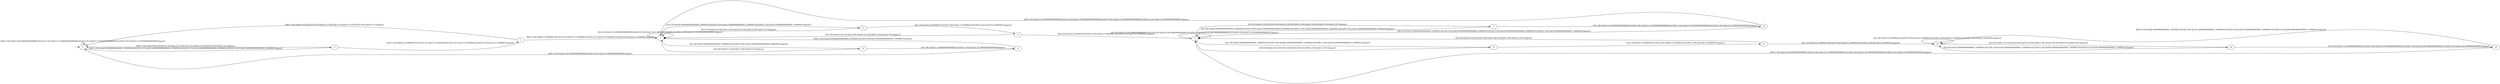
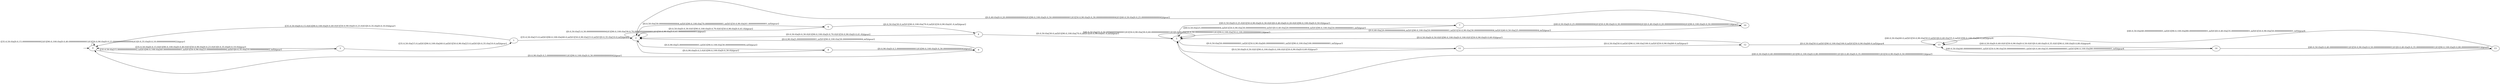
digraph learnedGearShift{
 rankdir=LR;
0[label=0]
XX0 [color=white, label=""]1[label=1]
2[label=2]
3[label=3]
4[label=4]
5[label=5]
6[label=6]
7[label=7]
8[label=8]
9[label=9]
10[label=10]
11[label=11]
12[label=12]
13[label=13]
14[label=14]
15[label=15]
XX0 -> 0
- 0 -> 0 [label="([90.0,100.0)x[0.0,40.00000000000001))U([35.0,50.0)x[0.0,15.000000000000002))U([0.0,35.0)x[0.0,10.000000000000002))U([50.0,90.0)x[0.0,23.000000000000004))/gear1"]
- 0 -> 3 [label="([90.0,100.0)x[40.00000000000001,1000000.0))U([35.0,50.0)x[15.000000000000002,1000000.0))U([0.0,35.0)x[10.000000000000002,1000000.0))U([50.0,90.0)x[23.000000000000004,1000000.0))/gear1"]
- 1 -> 2 [label="([90.0,100.0)x[40.0,1000000.0))U([35.0,50.0)x[15.0,1000000.0))U([0.0,35.0)x[10.0,1000000.0))U([50.0,90.0)x[23.0,1000000.0))/gear2"]
- 1 -> 0 [label="([90.0,100.0)x[0.0,40.0))U([35.0,50.0)x[0.0,15.0))U([0.0,35.0)x[0.0,10.0))U([50.0,90.0)x[0.0,23.0))/gear1"]
+ 0 -> 3 [label="([35.0,50.0)x[15.000000000000002,inf))U([90.0,100.0)x[40.00000000000001,inf))U([50.0,90.0)x[23.000000000000004,inf))U([0.0,35.0)x[10.000000000000002,inf))/gear1"]
+ 0 -> 0 [label="([35.0,50.0)x[0.0,15.000000000000002))U([90.0,100.0)x[0.0,40.00000000000001))U([50.0,90.0)x[0.0,23.000000000000004))U([0.0,35.0)x[0.0,10.000000000000002))/gear1"]
+ 1 -> 0 [label="([35.0,50.0)x[0.0,15.0))U([90.0,100.0)x[0.0,40.0))U([50.0,90.0)x[0.0,23.0))U([0.0,35.0)x[0.0,10.0))/gear1"]
+ 1 -> 2 [label="([35.0,50.0)x[15.0,inf))U([90.0,100.0)x[40.0,inf))U([50.0,90.0)x[23.0,inf))U([0.0,35.0)x[10.0,inf))/gear2"]
+ 2 -> 2 [label="([0.0,50.0)x[5.0,30.000000000000004))U([90.0,100.0)x[30.0,70.00000000000001))U([50.0,90.0)x[5.0,41.00000000000001))/gear2"]
2 -> 8 [label="([0.0,90.0)x[0.0,5.0))U([90.0,100.0)x[0.0,30.0))/gear2"]
- 2 -> 6 [label="([0.0,50.0)x[30.000000000000004,1000000.0))U([50.0,90.0)x[41.00000000000001,1000000.0))U([90.0,100.0)x[70.00000000000001,1000000.0))/gear2"]
- 2 -> 2 [label="([0.0,50.0)x[5.0,30.000000000000004))U([50.0,90.0)x[5.0,41.00000000000001))U([90.0,100.0)x[30.0,70.00000000000001))/gear2"]
- 3 -> 1 [label="([90.0,100.0)x[40.0,1000000.0))U([35.0,50.0)x[15.0,1000000.0))U([0.0,35.0)x[10.0,1000000.0))U([50.0,90.0)x[23.0,1000000.0))/gear1"]
- 3 -> 0 [label="([90.0,100.0)x[0.0,40.0))U([35.0,50.0)x[0.0,15.0))U([0.0,35.0)x[0.0,10.0))U([50.0,90.0)x[0.0,23.0))/gear1"]
- 4 -> 2 [label="([0.0,50.0)x[0.0,30.0))U([50.0,90.0)x[0.0,41.0))U([90.0,100.0)x[0.0,70.0))/gear2"]
- 4 -> 5 [label="([0.0,50.0)x[30.0,1000000.0))U([50.0,90.0)x[41.0,1000000.0))U([90.0,100.0)x[70.0,1000000.0))/gear3"]
- 5 -> 5 [label="([0.0,40.0)x[20.0,50.00000000000001))U([50.0,90.0)x[30.0,60.00000000000001))U([90.0,100.0)x[50.0,100.00000000000001))U([40.0,50.0)x[25.0,50.00000000000001))/gear3"]
- 5 -> 11 [label="([0.0,50.0)x[50.00000000000001,1000000.0))U([50.0,90.0)x[60.00000000000001,1000000.0))U([90.0,100.0)x[100.00000000000001,1000000.0))/gear3"]
- 5 -> 7 [label="([0.0,40.0)x[0.0,20.0))U([50.0,90.0)x[0.0,30.0))U([90.0,100.0)x[0.0,50.0))U([40.0,50.0)x[0.0,25.0))/gear3"]
- 6 -> 2 [label="([0.0,50.0)x[0.0,30.0))U([50.0,90.0)x[0.0,41.0))U([90.0,100.0)x[0.0,70.0))/gear2"]
- 6 -> 4 [label="([0.0,50.0)x[30.0,1000000.0))U([50.0,90.0)x[41.0,1000000.0))U([90.0,100.0)x[70.0,1000000.0))/gear2"]
- 7 -> 5 [label="([0.0,40.0)x[20.000000000000004,1000000.0))U([50.0,90.0)x[30.000000000000004,1000000.0))U([90.0,100.0)x[50.00000000000001,1000000.0))U([40.0,50.0)x[25.000000000000004,1000000.0))/gear3"]
- 7 -> 10 [label="([0.0,40.0)x[0.0,20.000000000000004))U([50.0,90.0)x[0.0,30.000000000000004))U([90.0,100.0)x[0.0,50.00000000000001))U([40.0,50.0)x[0.0,25.000000000000004))/gear3"]
+ 2 -> 6 [label="([0.0,50.0)x[30.000000000000004,inf))U([90.0,100.0)x[70.00000000000001,inf))U([50.0,90.0)x[41.00000000000001,inf))/gear2"]
+ 3 -> 1 [label="([35.0,50.0)x[15.0,inf))U([90.0,100.0)x[40.0,inf))U([50.0,90.0)x[23.0,inf))U([0.0,35.0)x[10.0,inf))/gear1"]
+ 3 -> 0 [label="([35.0,50.0)x[0.0,15.0))U([90.0,100.0)x[0.0,40.0))U([50.0,90.0)x[0.0,23.0))U([0.0,35.0)x[0.0,10.0))/gear1"]
+ 4 -> 5 [label="([0.0,50.0)x[30.0,inf))U([90.0,100.0)x[70.0,inf))U([50.0,90.0)x[41.0,inf))/gear3"]
+ 4 -> 2 [label="([0.0,50.0)x[0.0,30.0))U([90.0,100.0)x[0.0,70.0))U([50.0,90.0)x[0.0,41.0))/gear2"]
+ 5 -> 11 [label="([0.0,50.0)x[50.00000000000001,inf))U([50.0,90.0)x[60.00000000000001,inf))U([90.0,100.0)x[100.00000000000001,inf))/gear3"]
+ 5 -> 5 [label="([40.0,50.0)x[25.0,50.00000000000001))U([50.0,90.0)x[30.0,60.00000000000001))U([0.0,40.0)x[20.0,50.00000000000001))U([90.0,100.0)x[50.0,100.00000000000001))/gear3"]
+ 5 -> 7 [label="([40.0,50.0)x[0.0,25.0))U([50.0,90.0)x[0.0,30.0))U([0.0,40.0)x[0.0,20.0))U([90.0,100.0)x[0.0,50.0))/gear3"]
+ 6 -> 2 [label="([0.0,50.0)x[0.0,30.0))U([90.0,100.0)x[0.0,70.0))U([50.0,90.0)x[0.0,41.0))/gear2"]
+ 6 -> 4 [label="([0.0,50.0)x[30.0,inf))U([90.0,100.0)x[70.0,inf))U([50.0,90.0)x[41.0,inf))/gear2"]
+ 7 -> 5 [label="([40.0,50.0)x[25.000000000000004,inf))U([50.0,90.0)x[30.000000000000004,inf))U([0.0,40.0)x[20.000000000000004,inf))U([90.0,100.0)x[50.00000000000001,inf))/gear3"]
+ 7 -> 10 [label="([40.0,50.0)x[0.0,25.000000000000004))U([50.0,90.0)x[0.0,30.000000000000004))U([0.0,40.0)x[0.0,20.000000000000004))U([90.0,100.0)x[0.0,50.00000000000001))/gear3"]
+ 8 -> 2 [label="([0.0,90.0)x[5.000000000000001,inf))U([90.0,100.0)x[30.000000000000004,inf))/gear2"]
8 -> 9 [label="([0.0,90.0)x[0.0,5.000000000000001))U([90.0,100.0)x[0.0,30.000000000000004))/gear2"]
- 8 -> 2 [label="([0.0,90.0)x[5.000000000000001,1000000.0))U([90.0,100.0)x[30.000000000000004,1000000.0))/gear2"]
- 9 -> 2 [label="([90.0,100.0)x[30.000000000000004,1000000.0))U([0.0,90.0)x[5.000000000000001,1000000.0))/gear2"]
- 9 -> 0 [label="([90.0,100.0)x[0.0,30.000000000000004))U([0.0,90.0)x[0.0,5.000000000000001))/gear1"]
- 10 -> 5 [label="([40.0,50.0)x[25.000000000000004,1000000.0))U([0.0,40.0)x[20.000000000000004,1000000.0))U([50.0,90.0)x[30.000000000000004,1000000.0))U([90.0,100.0)x[50.00000000000001,1000000.0))/gear3"]
- 10 -> 2 [label="([40.0,50.0)x[0.0,25.000000000000004))U([0.0,40.0)x[0.0,20.000000000000004))U([50.0,90.0)x[0.0,30.000000000000004))U([90.0,100.0)x[0.0,50.00000000000001))/gear2"]
- 11 -> 12 [label="([0.0,50.0)x[50.0,1000000.0))U([50.0,90.0)x[60.0,1000000.0))U([90.0,100.0)x[100.0,1000000.0))/gear3"]
- 11 -> 5 [label="([0.0,50.0)x[0.0,50.0))U([50.0,90.0)x[0.0,60.0))U([90.0,100.0)x[0.0,100.0))/gear3"]
- 12 -> 5 [label="([0.0,50.0)x[0.0,50.0))U([50.0,90.0)x[0.0,60.0))U([90.0,100.0)x[0.0,100.0))/gear3"]
- 12 -> 13 [label="([0.0,50.0)x[50.0,1000000.0))U([50.0,90.0)x[60.0,1000000.0))U([90.0,100.0)x[100.0,1000000.0))/gear4"]
- 13 -> 13 [label="([0.0,40.0)x[35.0,1000000.0))U([50.0,90.0)x[50.0,1000000.0))U([90.0,100.0)x[80.0,1000000.0))U([40.0,50.0)x[40.0,1000000.0))/gear4"]
- 13 -> 14 [label="([0.0,40.0)x[0.0,35.0))U([50.0,90.0)x[0.0,50.0))U([90.0,100.0)x[0.0,80.0))U([40.0,50.0)x[0.0,40.0))/gear4"]
- 14 -> 13 [label="([0.0,40.0)x[35.00000000000001,1000000.0))U([50.0,90.0)x[50.00000000000001,1000000.0))U([90.0,100.0)x[80.00000000000001,1000000.0))U([40.0,50.0)x[40.00000000000001,1000000.0))/gear4"]
- 14 -> 15 [label="([0.0,40.0)x[0.0,35.00000000000001))U([50.0,90.0)x[0.0,50.00000000000001))U([90.0,100.0)x[0.0,80.00000000000001))U([40.0,50.0)x[0.0,40.00000000000001))/gear4"]
- 15 -> 5 [label="([90.0,100.0)x[0.0,80.00000000000001))U([0.0,40.0)x[0.0,35.00000000000001))U([50.0,90.0)x[0.0,50.00000000000001))U([40.0,50.0)x[0.0,40.00000000000001))/gear3"]
- 15 -> 13 [label="([90.0,100.0)x[80.00000000000001,1000000.0))U([0.0,40.0)x[35.00000000000001,1000000.0))U([50.0,90.0)x[50.00000000000001,1000000.0))U([40.0,50.0)x[40.00000000000001,1000000.0))/gear4"]
+ 9 -> 0 [label="([0.0,90.0)x[0.0,5.000000000000001))U([90.0,100.0)x[0.0,30.000000000000004))/gear1"]
+ 9 -> 2 [label="([0.0,90.0)x[5.000000000000001,inf))U([90.0,100.0)x[30.000000000000004,inf))/gear2"]
+ 10 -> 5 [label="([0.0,40.0)x[20.000000000000004,inf))U([90.0,100.0)x[50.00000000000001,inf))U([50.0,90.0)x[30.000000000000004,inf))U([40.0,50.0)x[25.000000000000004,inf))/gear3"]
+ 10 -> 2 [label="([0.0,40.0)x[0.0,20.000000000000004))U([90.0,100.0)x[0.0,50.00000000000001))U([50.0,90.0)x[0.0,30.000000000000004))U([40.0,50.0)x[0.0,25.000000000000004))/gear2"]
+ 11 -> 12 [label="([0.0,50.0)x[50.0,inf))U([90.0,100.0)x[100.0,inf))U([50.0,90.0)x[60.0,inf))/gear3"]
+ 11 -> 5 [label="([0.0,50.0)x[0.0,50.0))U([90.0,100.0)x[0.0,100.0))U([50.0,90.0)x[0.0,60.0))/gear3"]
+ 12 -> 5 [label="([0.0,50.0)x[0.0,50.0))U([90.0,100.0)x[0.0,100.0))U([50.0,90.0)x[0.0,60.0))/gear3"]
+ 12 -> 13 [label="([0.0,50.0)x[50.0,inf))U([90.0,100.0)x[100.0,inf))U([50.0,90.0)x[60.0,inf))/gear4"]
+ 13 -> 14 [label="([40.0,50.0)x[0.0,40.0))U([50.0,90.0)x[0.0,50.0))U([0.0,40.0)x[0.0,35.0))U([90.0,100.0)x[0.0,80.0))/gear4"]
+ 13 -> 13 [label="([40.0,50.0)x[40.0,inf))U([50.0,90.0)x[50.0,inf))U([0.0,40.0)x[35.0,inf))U([90.0,100.0)x[80.0,inf))/gear4"]
+ 14 -> 13 [label="([40.0,50.0)x[40.00000000000001,inf))U([50.0,90.0)x[50.00000000000001,inf))U([0.0,40.0)x[35.00000000000001,inf))U([90.0,100.0)x[80.00000000000001,inf))/gear4"]
+ 14 -> 15 [label="([40.0,50.0)x[0.0,40.00000000000001))U([50.0,90.0)x[0.0,50.00000000000001))U([0.0,40.0)x[0.0,35.00000000000001))U([90.0,100.0)x[0.0,80.00000000000001))/gear4"]
+ 15 -> 13 [label="([40.0,50.0)x[40.00000000000001,inf))U([90.0,100.0)x[80.00000000000001,inf))U([0.0,40.0)x[35.00000000000001,inf))U([50.0,90.0)x[50.00000000000001,inf))/gear4"]
+ 15 -> 5 [label="([40.0,50.0)x[0.0,40.00000000000001))U([90.0,100.0)x[0.0,80.00000000000001))U([0.0,40.0)x[0.0,35.00000000000001))U([50.0,90.0)x[0.0,50.00000000000001))/gear3"]
}